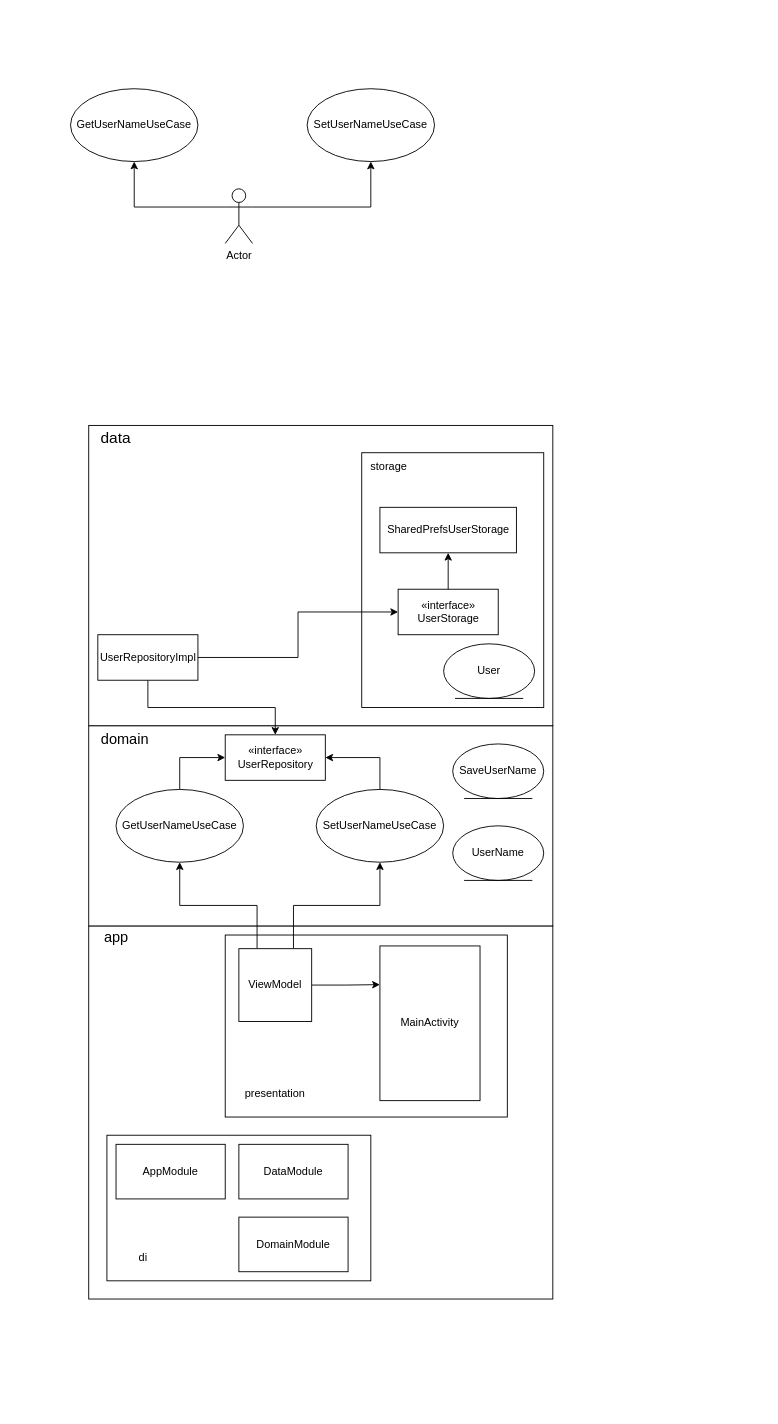
Above: Diagram.drawio in andrbor02/ToDoList (draw.io), before the change. Source tidied: cells renumbered, new cells numbered last; positions are measured from the earlier drawing's top-left corner, leaving out a move shared by most shapes. Both pictures are drawn from the tidied source at 91%, with x=0, y=0 at pixel (70, 88).
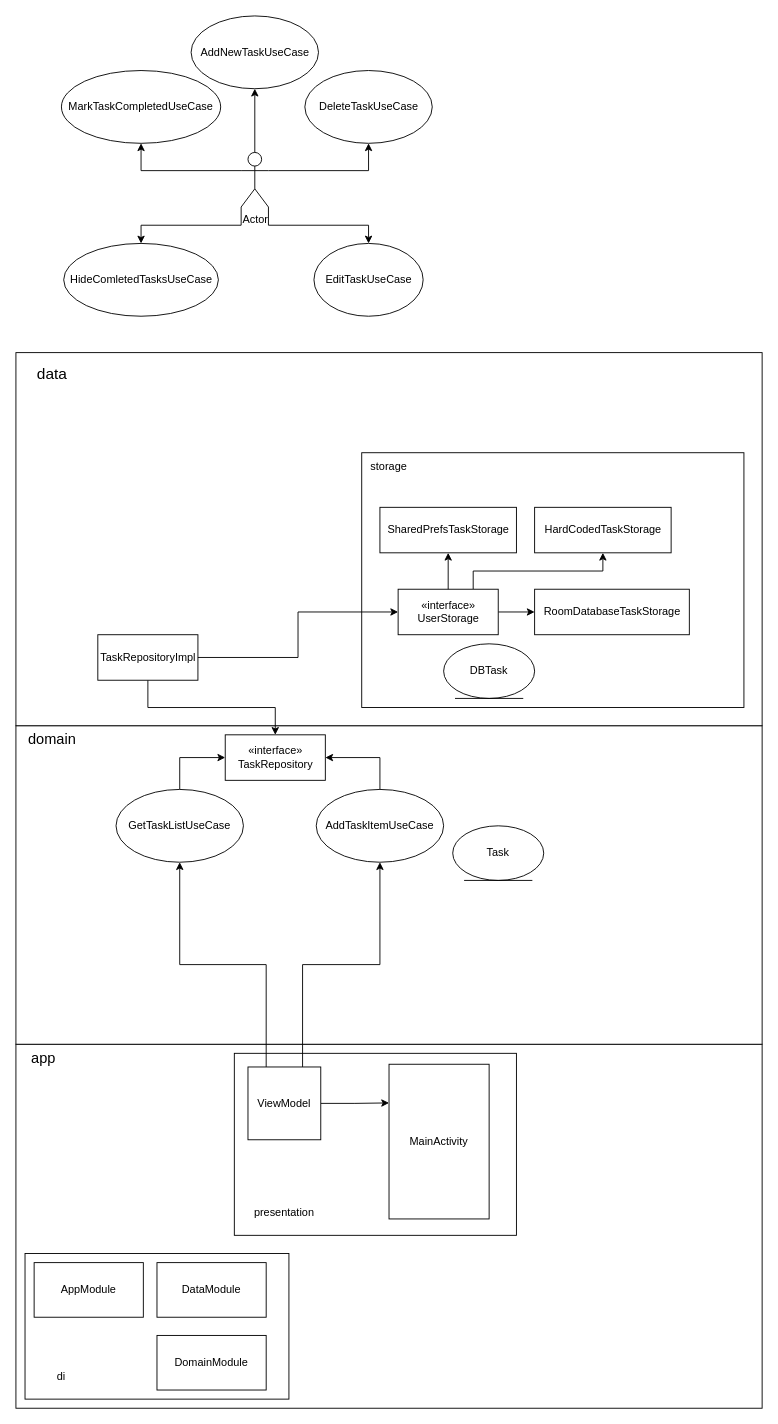
Above is the later version.

Unchanged cells that the change refers to:
```xml
<mxCell id="27" value="«interface»&lt;br&gt;UserStorage" style="html=1;" parent="1" vertex="1">
  <mxGeometry x="360" y="550" width="110" height="50" as="geometry" />
</mxCell>
```

Change to the diagram source:
```diff
@@
     <mxCell id="2" style="rounded=0;whiteSpace=wrap;html=1;" parent="1" vertex="1">
-      <mxGeometry x="20" y="920" width="510" height="410" as="geometry" />
+      <mxGeometry x="-60" y="1050" width="820" height="400" as="geometry" />
     </mxCell>
     <mxCell id="3" style="rounded=0;whiteSpace=wrap;html=1;" parent="1" vertex="1">
-      <mxGeometry x="170" y="930" width="310" height="200" as="geometry" />
+      <mxGeometry x="180" y="1060" width="310" height="200" as="geometry" />
     </mxCell>
-    <mxCell id="4" style="edgeStyle=orthogonalEdgeStyle;rounded=0;jettySize=auto;html=1;exitX=0;exitY=0.3333333333333333;exitDx=0;exitDy=0;exitPerimeter=0;entryX=0.5;entryY=1;entryDx=0;entryDy=0;" parent="1" edge="1" source="6" target="7">
+    <mxCell id="4" style="edgeStyle=orthogonalEdgeStyle;rounded=0;jettySize=auto;html=1;exitX=0.5;exitY=0;exitDx=0;exitDy=0;exitPerimeter=0;entryX=0.5;entryY=1;entryDx=0;entryDy=0;" parent="1" edge="1" source="6" target="7">
       <mxGeometry relative="1" as="geometry" />
     </mxCell>
@@
+    <mxCell id="41" style="edgeStyle=orthogonalEdgeStyle;rounded=0;jettySize=auto;html=1;exitX=1;exitY=1;exitDx=0;exitDy=0;exitPerimeter=0;entryX=0.5;entryY=0;entryDx=0;entryDy=0;" parent="1" edge="1" source="6" target="46">
+      <mxGeometry relative="1" as="geometry" />
+    </mxCell>
+    <mxCell id="42" style="edgeStyle=orthogonalEdgeStyle;rounded=0;jettySize=auto;html=1;exitX=0;exitY=1;exitDx=0;exitDy=0;exitPerimeter=0;entryX=0.5;entryY=0;entryDx=0;entryDy=0;" parent="1" edge="1" source="6" target="47">
+      <mxGeometry relative="1" as="geometry" />
+    </mxCell>
+    <mxCell id="43" style="edgeStyle=orthogonalEdgeStyle;rounded=0;jettySize=auto;html=1;exitX=0;exitY=0.3333333333333333;exitDx=0;exitDy=0;exitPerimeter=0;entryX=0.5;entryY=1;entryDx=0;entryDy=0;" parent="1" edge="1" source="6" target="48">
+      <mxGeometry relative="1" as="geometry" />
+    </mxCell>
     <mxCell id="6" value="Actor" style="shape=umlActor;verticalLabelPosition=bottom;verticalAlign=top;html=1;outlineConnect=0;" parent="1" vertex="1">
-      <mxGeometry x="170" y="110" width="30" height="60" as="geometry" />
+      <mxGeometry x="187.5" y="70" width="30" height="60" as="geometry" />
     </mxCell>
-    <mxCell id="7" value="GetUserNameUseCase" style="ellipse;whiteSpace=wrap;html=1;" parent="1" vertex="1">
-      <mxGeometry width="140" height="80" as="geometry" />
+    <mxCell id="7" value="AddNewTaskUseCase" style="ellipse;whiteSpace=wrap;html=1;" parent="1" vertex="1">
+      <mxGeometry x="132.5" y="-80" width="140" height="80" as="geometry" />
     </mxCell>
-    <mxCell id="8" value="SetUserNameUseCase" style="ellipse;whiteSpace=wrap;html=1;" parent="1" vertex="1">
-      <mxGeometry x="260" width="140" height="80" as="geometry" />
+    <mxCell id="8" value="DeleteTaskUseCase" style="ellipse;whiteSpace=wrap;html=1;" parent="1" vertex="1">
+      <mxGeometry x="257.5" y="-20" width="140" height="80" as="geometry" />
     </mxCell>
     <mxCell id="9" style="rounded=0;whiteSpace=wrap;html=1;" parent="1" vertex="1">
-      <mxGeometry x="20" y="700" width="510" height="220" as="geometry" />
+      <mxGeometry x="-60" y="700" width="820" height="350" as="geometry" />
     </mxCell>
@@
-    <mxCell id="11" value="GetUserNameUseCase" style="ellipse;whiteSpace=wrap;html=1;" parent="1" vertex="1">
+    <mxCell id="11" value="GetTaskListUseCase" style="ellipse;whiteSpace=wrap;html=1;" parent="1" vertex="1">
       <mxGeometry x="50" y="770" width="140" height="80" as="geometry" />
     </mxCell>
@@
-    <mxCell id="13" value="SetUserNameUseCase" style="ellipse;whiteSpace=wrap;html=1;" parent="1" vertex="1">
+    <mxCell id="13" value="AddTaskItemUseCase" style="ellipse;whiteSpace=wrap;html=1;" parent="1" vertex="1">
       <mxGeometry x="270" y="770" width="140" height="80" as="geometry" />
     </mxCell>
     <mxCell id="14" value="presentation" style="text;html=1;strokeColor=none;fillColor=none;align=center;verticalAlign=middle;whiteSpace=wrap;rounded=0;" parent="1" vertex="1">
-      <mxGeometry x="195" y="1090" width="60" height="30" as="geometry" />
+      <mxGeometry x="205" y="1220" width="60" height="30" as="geometry" />
     </mxCell>
     <mxCell id="15" value="domain" style="text;html=1;strokeColor=none;fillColor=none;align=center;verticalAlign=middle;whiteSpace=wrap;rounded=0;fontSize=16;" parent="1" vertex="1">
-      <mxGeometry x="30" y="700" width="60" height="30" as="geometry" />
+      <mxGeometry x="-50" y="700" width="60" height="30" as="geometry" />
     </mxCell>
@@
     <mxCell id="18" value="MainActivity" style="rounded=0;whiteSpace=wrap;html=1;" parent="1" vertex="1">
-      <mxGeometry x="340" y="942" width="110" height="170" as="geometry" />
+      <mxGeometry x="350" y="1072" width="110" height="170" as="geometry" />
     </mxCell>
     <mxCell id="19" style="rounded=0;whiteSpace=wrap;html=1;" parent="1" vertex="1">
-      <mxGeometry x="20" y="370" width="510" height="330" as="geometry" />
+      <mxGeometry x="-60" y="290" width="820" height="410" as="geometry" />
     </mxCell>
     <mxCell id="20" value="data" style="text;html=1;strokeColor=none;fillColor=none;align=center;verticalAlign=middle;whiteSpace=wrap;rounded=0;fontSize=17;" parent="1" vertex="1">
-      <mxGeometry x="20" y="370" width="60" height="30" as="geometry" />
+      <mxGeometry x="-50" y="300" width="60" height="30" as="geometry" />
     </mxCell>
-    <mxCell id="21" value="SaveUserName" style="ellipse;shape=umlEntity;whiteSpace=wrap;html=1;" parent="1" vertex="1">
-      <mxGeometry x="420" y="720" width="100" height="60" as="geometry" />
-    </mxCell>
-    <mxCell id="22" value="UserName" style="ellipse;shape=umlEntity;whiteSpace=wrap;html=1;" parent="1" vertex="1">
+    <mxCell id="22" value="Task" style="ellipse;shape=umlEntity;whiteSpace=wrap;html=1;" parent="1" vertex="1">
       <mxGeometry x="420" y="810" width="100" height="60" as="geometry" />
     </mxCell>
-    <mxCell id="23" value="«interface»&lt;br&gt;UserRepository" style="html=1;" parent="1" vertex="1">
+    <mxCell id="23" value="«interface»&lt;br&gt;TaskRepository" style="html=1;" parent="1" vertex="1">
       <mxGeometry x="170" y="710" width="110" height="50" as="geometry" />
     </mxCell>
@@
-    <mxCell id="25" value="UserRepositoryImpl" style="html=1;" parent="1" vertex="1">
+    <mxCell id="25" value="TaskRepositoryImpl" style="html=1;" parent="1" vertex="1">
       <mxGeometry x="30" y="600" width="110" height="50" as="geometry" />
     </mxCell>
     <mxCell id="26" style="rounded=0;whiteSpace=wrap;html=1;" parent="1" vertex="1">
-      <mxGeometry x="320" y="400" width="200" height="280" as="geometry" />
+      <mxGeometry x="320" y="400" width="420" height="280" as="geometry" />
     </mxCell>
+    <mxCell id="44" style="edgeStyle=orthogonalEdgeStyle;rounded=0;jettySize=auto;html=1;exitX=1;exitY=0.5;exitDx=0;exitDy=0;entryX=0;entryY=0.5;entryDx=0;entryDy=0;" parent="1" edge="1" source="27" target="50">
+      <mxGeometry relative="1" as="geometry" />
+    </mxCell>
+    <mxCell id="45" style="edgeStyle=orthogonalEdgeStyle;rounded=0;jettySize=auto;html=1;exitX=0.75;exitY=0;exitDx=0;exitDy=0;entryX=0.5;entryY=1;entryDx=0;entryDy=0;" parent="1" edge="1" source="27" target="49">
+      <mxGeometry relative="1" as="geometry" />
+    </mxCell>
@@
-    <mxCell id="28" value="SharedPrefsUserStorage" style="html=1;" parent="1" vertex="1">
+    <mxCell id="28" value="SharedPrefsTaskStorage" style="html=1;" parent="1" vertex="1">
       <mxGeometry x="340" y="460" width="150" height="50" as="geometry" />
     </mxCell>
@@
-    <mxCell id="30" value="User" style="ellipse;shape=umlEntity;whiteSpace=wrap;html=1;" parent="1" vertex="1">
+    <mxCell id="30" value="DBTask" style="ellipse;shape=umlEntity;whiteSpace=wrap;html=1;" parent="1" vertex="1">
       <mxGeometry x="410" y="610" width="100" height="60" as="geometry" />
     </mxCell>
@@
     <mxCell id="34" value="ViewModel" style="whiteSpace=wrap;html=1;" parent="1" vertex="1">
-      <mxGeometry x="185" y="945" width="80" height="80" as="geometry" />
+      <mxGeometry x="195" y="1075" width="80" height="80" as="geometry" />
     </mxCell>
     <mxCell id="35" value="app" style="text;html=1;align=center;verticalAlign=middle;strokeColor=none;fillColor=none;fontSize=16;" parent="1" vertex="1">
-      <mxGeometry x="30" y="922" width="40" height="20" as="geometry" />
+      <mxGeometry x="-50" y="1055" width="40" height="20" as="geometry" />
     </mxCell>
     <mxCell id="36" style="rounded=0;whiteSpace=wrap;html=1;" parent="1" vertex="1">
-      <mxGeometry x="40" y="1150" width="290" height="160" as="geometry" />
+      <mxGeometry x="-50" y="1280" width="290" height="160" as="geometry" />
     </mxCell>
     <mxCell id="37" value="AppModule" style="rounded=0;whiteSpace=wrap;html=1;" parent="1" vertex="1">
-      <mxGeometry x="50" y="1160" width="120" height="60" as="geometry" />
+      <mxGeometry x="-40" y="1290" width="120" height="60" as="geometry" />
     </mxCell>
     <mxCell id="38" value="DataModule" style="rounded=0;whiteSpace=wrap;html=1;" parent="1" vertex="1">
-      <mxGeometry x="185" y="1160" width="120" height="60" as="geometry" />
+      <mxGeometry x="95" y="1290" width="120" height="60" as="geometry" />
     </mxCell>
     <mxCell id="39" value="DomainModule" style="rounded=0;whiteSpace=wrap;html=1;" parent="1" vertex="1">
-      <mxGeometry x="185" y="1240" width="120" height="60" as="geometry" />
+      <mxGeometry x="95" y="1370" width="120" height="60" as="geometry" />
     </mxCell>
     <mxCell id="40" value="di" style="text;html=1;strokeColor=none;fillColor=none;align=center;verticalAlign=middle;whiteSpace=wrap;rounded=0;" parent="1" vertex="1">
-      <mxGeometry x="50" y="1270" width="60" height="30" as="geometry" />
+      <mxGeometry x="-40" y="1400" width="60" height="30" as="geometry" />
     </mxCell>
+    <mxCell id="46" value="EditTaskUseCase" style="ellipse;whiteSpace=wrap;html=1;" parent="1" vertex="1">
+      <mxGeometry x="267.5" y="170" width="120" height="80" as="geometry" />
+    </mxCell>
+    <mxCell id="47" value="HideComletedTasksUseCase" style="ellipse;whiteSpace=wrap;html=1;" parent="1" vertex="1">
+      <mxGeometry x="-7.5" y="170" width="170" height="80" as="geometry" />
+    </mxCell>
+    <mxCell id="48" value="MarkTaskCompletedUseCase" style="ellipse;whiteSpace=wrap;html=1;" parent="1" vertex="1">
+      <mxGeometry x="-10" y="-20" width="175" height="80" as="geometry" />
+    </mxCell>
+    <mxCell id="49" value="HardCodedTaskStorage" style="html=1;" parent="1" vertex="1">
+      <mxGeometry x="510" y="460" width="150" height="50" as="geometry" />
+    </mxCell>
+    <mxCell id="50" value="RoomDatabaseTaskStorage" style="html=1;" parent="1" vertex="1">
+      <mxGeometry x="510" y="550" width="170" height="50" as="geometry" />
+    </mxCell>
```
